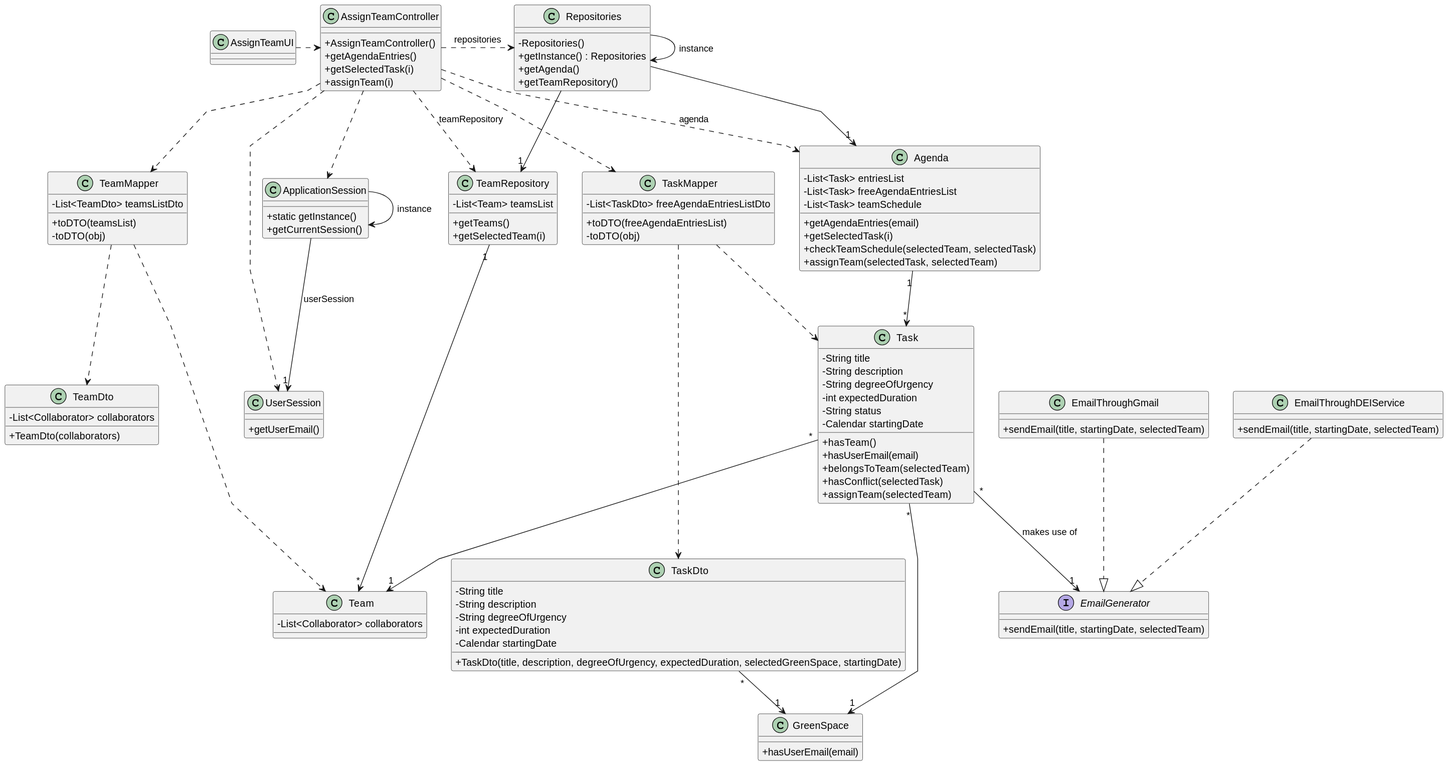
Above: docs/sprintC/us023/03.design/svg/us023-class-diagram.svg in Departamento-de-Engenharia-Informatica/lei-24-s2-1dm-g132 (PlantUML), before the change. Its diagram source:
```plantuml
@startuml
skinparam packageStyle rectangle
skinparam shadowing false
skinparam linetype polyline

skinparam classAttributeIconSize 0


class AssignTeamUI
{

}

class AssignTeamController
{
    + AssignTeamController()
    + getAgendaEntries()
    + getSelectedTask(i)
    + assignTeam(i)
}

class ApplicationSession
{
    + static getInstance()
    + getCurrentSession()
}

class Repositories
{
    - Repositories()
    + getInstance() : Repositories
    + getAgenda()
    + getTeamRepository()
}

class UserSession
{
    + getUserEmail()
}

class Agenda
{
    - List<Task> entriesList
    - List<Task> freeAgendaEntriesList
    - List<Task> teamSchedule
    + getAgendaEntries(email)
    + getSelectedTask(i)
    + checkTeamSchedule(selectedTeam, selectedTask)
    + assignTeam(selectedTask, selectedTeam)
}

class TaskMapper
{
    - List<TaskDto> freeAgendaEntriesListDto
    + toDTO(freeAgendaEntriesList)
    - toDTO(obj)
}

class TaskDto
{
    - String title
    - String description
    - String degreeOfUrgency
    - int expectedDuration
    - Calendar startingDate
    + TaskDto(title, description, degreeOfUrgency, expectedDuration, selectedGreenSpace, startingDate)
}

class Task
{
    - String title
    - String description
    - String degreeOfUrgency
    - int expectedDuration
    - String status
    - Calendar startingDate
    + hasTeam()
    + hasUserEmail(email)
    + belongsToTeam(selectedTeam)
    + hasConflict(selectedTask)
    + assignTeam(selectedTeam)
}

class TeamRepository
{
    - List<Team> teamsList
    + getTeams()
    + getSelectedTeam(i)
}

class TeamMapper
{
    - List<TeamDto> teamsListDto
    + toDTO(teamsList)
    - toDTO(obj)
}

class TeamDto
{
    - List<Collaborator> collaborators
    + TeamDto(collaborators)
}

class Team
{
    - List<Collaborator> collaborators
}

class GreenSpace
{
    + hasUserEmail(email)
}

interface EmailGenerator
{
    + sendEmail(title, startingDate, selectedTeam)
}

class EmailThroughGmail
{
    + sendEmail(title, startingDate, selectedTeam)
}

class EmailThroughDEIService
{
    + sendEmail(title, startingDate, selectedTeam)
}

Repositories -> Repositories : instance
ApplicationSession -> ApplicationSession : instance

AssignTeamUI .> AssignTeamController

AssignTeamController .> Repositories : repositories

Repositories --> "1" TeamRepository
Repositories --> "1" Agenda

AssignTeamController ..> ApplicationSession
AssignTeamController ..> UserSession
ApplicationSession --> "1" UserSession : userSession
AssignTeamController ..> Agenda : agenda
AssignTeamController ..> TeamRepository : teamRepository
AssignTeamController ..> TaskMapper
AssignTeamController ..> TeamMapper

Agenda "1" --> "*" Task
TeamRepository "1" ---> "*" Team

TaskMapper ...> TaskDto
TaskMapper ..> Task

Task "*" --> "1" GreenSpace
TaskDto "*" --> "1" GreenSpace

TeamMapper ..> TeamDto
TeamMapper ..> Team

Task "*" --> "1" Team

Task "*" --> "1" EmailGenerator : makes use of

EmailThroughGmail ..|> EmailGenerator
EmailThroughDEIService ..|> EmailGenerator
@enduml
```
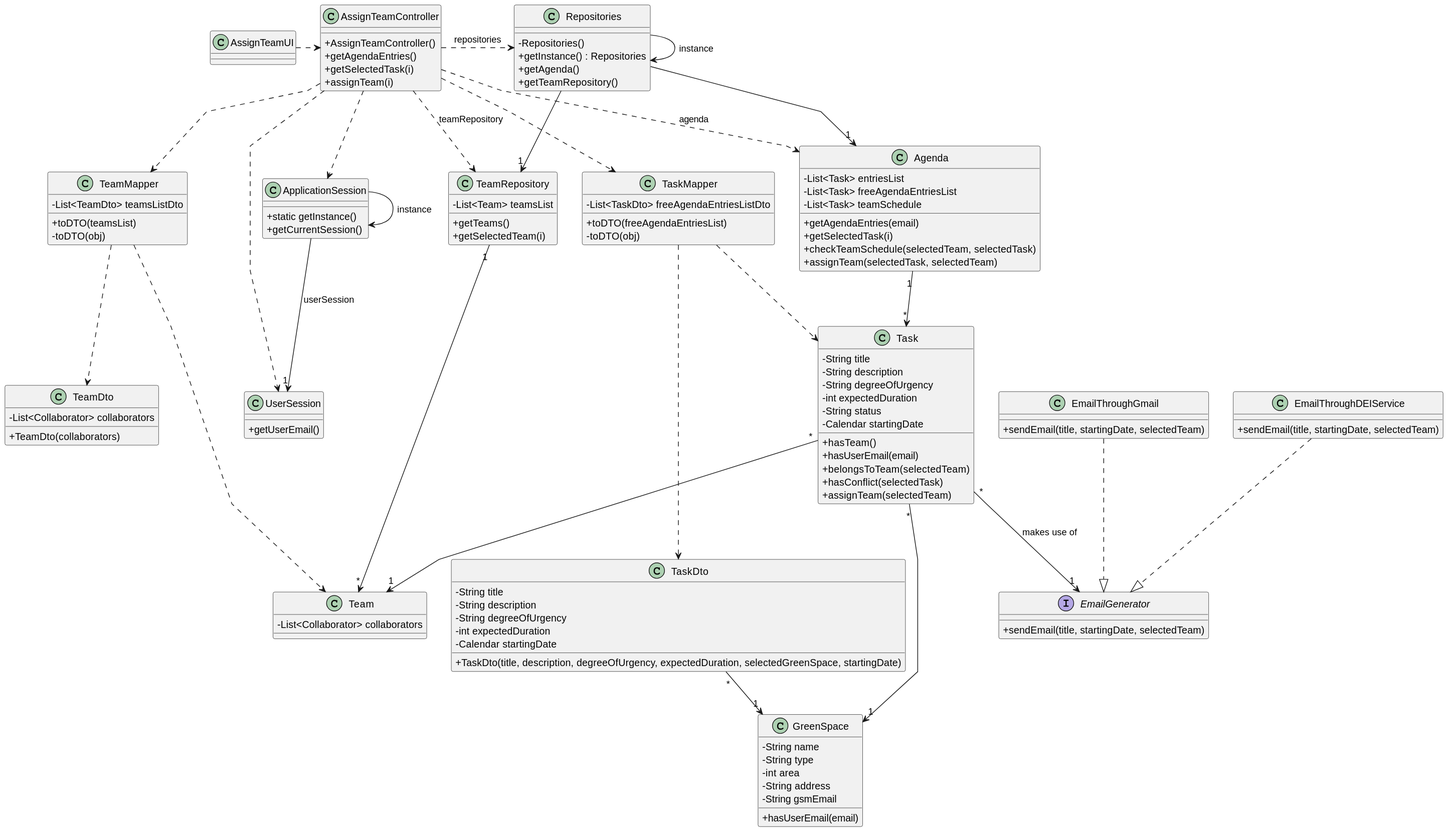
After the change.

Commit message:
Green space class minor change on class diagrams

The edit, as a diff of the source:
```diff
@@ -108,6 +108,11 @@
 
 class GreenSpace
 {
+    - String name
+    - String type
+    - int area
+    - String address
+    - String gsmEmail
     + hasUserEmail(email)
 }
 
```
